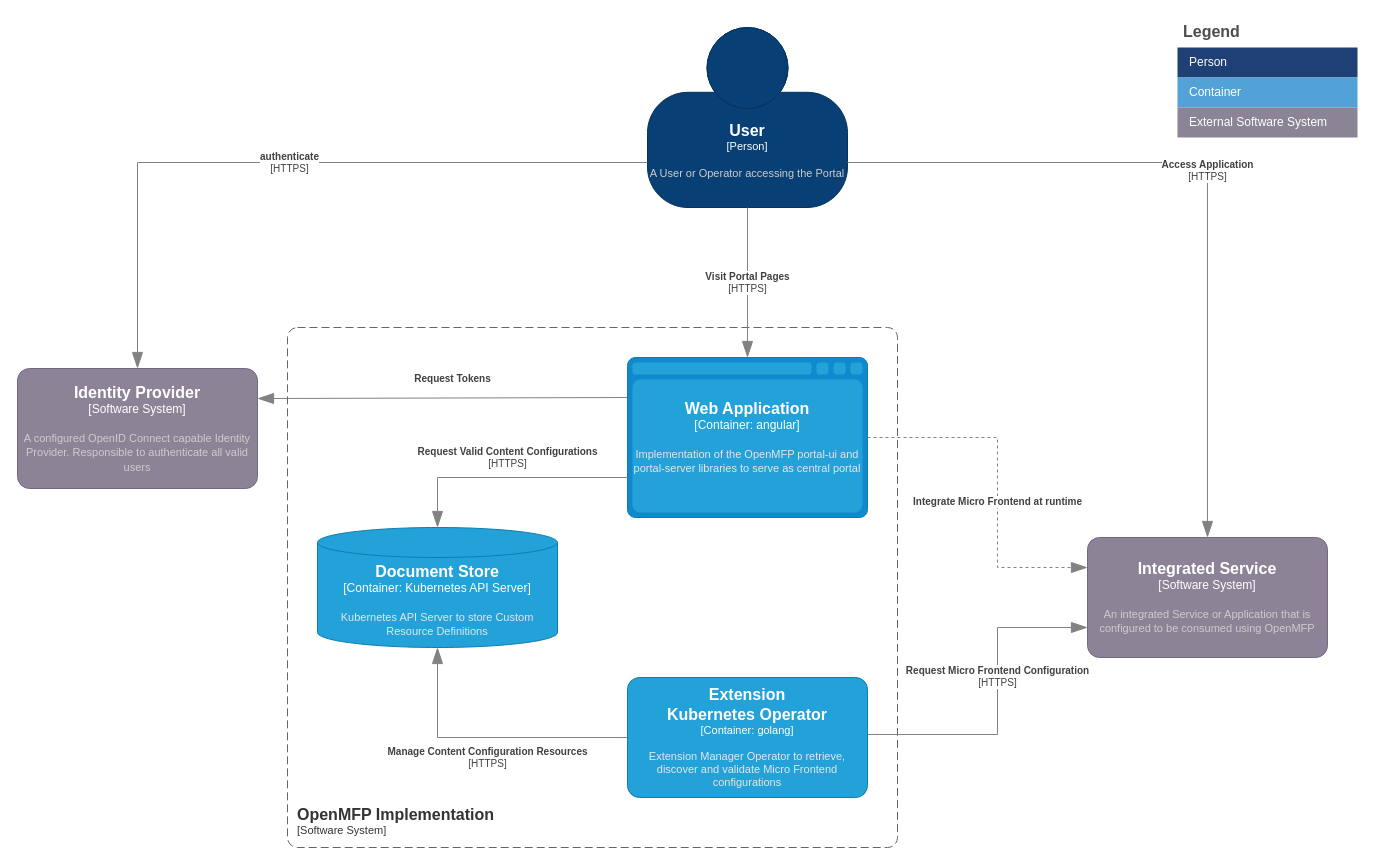
Before: page "v0-container-diagram" (2 of 4) of diagrams/openmfp-c4.drawio in openmfp/architecture, a draw.io diagram. Source tidied: cells renumbered, new cells numbered last; positions are measured from the earlier drawing's top-left corner, leaving out a move shared by most shapes. Both pictures are drawn from the tidied source at 100%, with x=0, y=0 at pixel (17, 17).
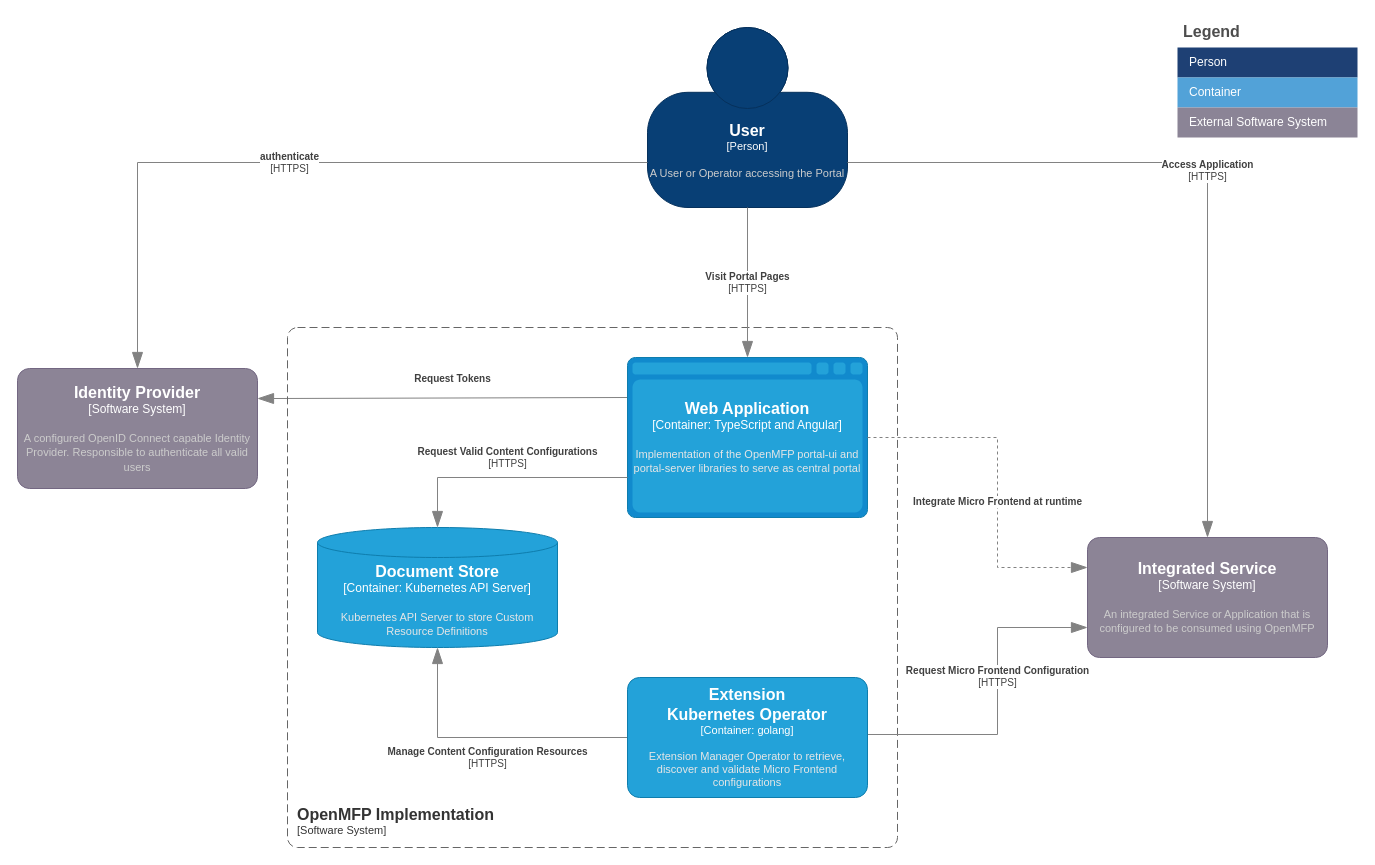
The same diagram, later.

What changed in the source:
```diff
@@
-    <object id="7" label="&lt;font style=&quot;font-size: 16px&quot;&gt;&lt;b&gt;%c4Name%&lt;/b&gt;&lt;/font&gt;&lt;div&gt;[%c4Type%:&amp;nbsp;%c4Technology%]&lt;/div&gt;&lt;br&gt;&lt;div&gt;&lt;font style=&quot;font-size: 11px&quot;&gt;&lt;font color=&quot;#E6E6E6&quot;&gt;%c4Description%&lt;/font&gt;&lt;/div&gt;" c4Description="Implementation of the OpenMFP portal-ui and portal-server libraries to serve as central portal" c4Name="Web Application" c4Technology="angular" c4Type="Container" placeholders="1">
+    <object id="7" label="&lt;font style=&quot;font-size: 16px&quot;&gt;&lt;b&gt;%c4Name%&lt;/b&gt;&lt;/font&gt;&lt;div&gt;[%c4Type%:&amp;nbsp;%c4Technology%]&lt;/div&gt;&lt;br&gt;&lt;div&gt;&lt;font style=&quot;font-size: 11px&quot;&gt;&lt;font color=&quot;#E6E6E6&quot;&gt;%c4Description%&lt;/font&gt;&lt;/div&gt;" c4Description="Implementation of the OpenMFP portal-ui and portal-server libraries to serve as central portal" c4Name="Web Application" c4Technology="TypeScript and Angular" c4Type="Container" placeholders="1">
       <mxCell style="shape=mxgraph.c4.webBrowserContainer2;whiteSpace=wrap;html=1;boundedLbl=1;rounded=0;labelBackgroundColor=none;strokeColor=#118ACD;fillColor=#23A2D9;strokeColor=#118ACD;strokeColor2=#0E7DAD;fontSize=12;fontColor=#ffffff;align=center;points=[[0.5,0,0],[1,0.25,0],[1,0.5,0],[1,0.75,0],[0.5,1,0],[0,0.75,0],[0,0.5,0],[0,0.25,0]];" parent="1" vertex="1">
         <mxGeometry x="610" y="340" width="240" height="160" as="geometry" />
       </mxCell>
     </object>
```
